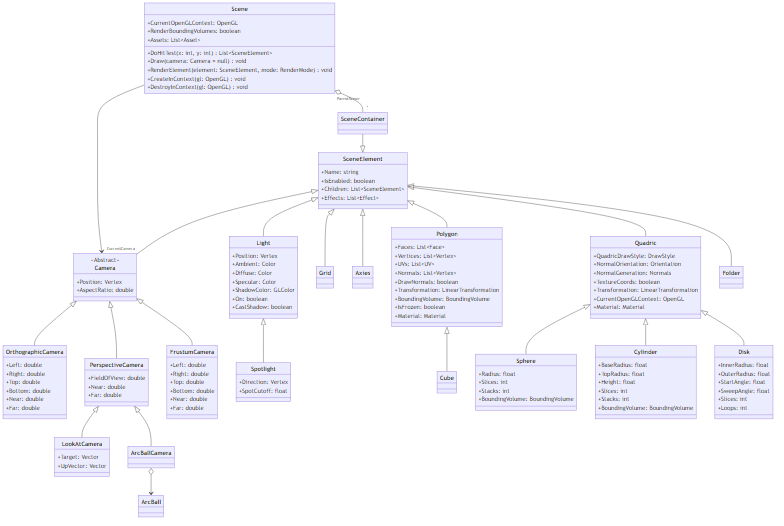
This is Grafiken/SharpGL.SceneGraph.png from ghackenberg/kurs-computer-simulation, a Mermaid export, as it was before one commit. Its source is kept beside it as Grafiken/SharpGL.SceneGraph.mmd. Its diagram source:
```mermaid
classDiagram

    direction BT

    class Scene {
        +CurrentOpenGLContext: OpenGL
        +RenderBoundingVolumes: boolean
        +Assets: List~Asset~
        +DoHitTest(x: int, y: int) List~SceneElement~
        +Draw(camera: Camera = null) void
        +RenderElement(element: SceneElement, mode: RenderMode) void
        +CreateInContext(gl: OpenGL) void
        +DestroyInContext(gl: OpenGL) void
    }
    class SceneElement {
        +Name: string
        +IsEnabled: boolean
        +Children: List~SceneElement~
        +Effects: List~Effect~
    }
    class SceneContainer {

    }
    class Camera {
        <<Abstract>>
        +Position: Vertex
        +AspectRatio: double
    }
    class FrustumCamera {
        +Left: double
        +Right: double
        +Top: double
        +Bottom: double
        +Near: double
        +Far: double
    }
    class OrthographicCamera {
        +Left: double
        +Right: double
        +Top: double
        +Bottom: double
        +Near: double
        +Far: double
    }
    class PerspectiveCamera {
        +FieldOfView: double
        +Near: double
        +Far: double
    }
    class LookAtCamera {
        +Target: Vector
        +UpVector: Vector
    }
    class ArcBallCamera {

    }
    class ArcBall {

    }
    class Light {
        +Position: Vertex
        +Ambient: Color
        +Diffuse: Color
        +Specular: Color
        +ShadowColor: GLColor
        +On: boolean
        +CastShadow: boolean
    }
    class Spotlight {
        +Direction: Vertex
        +SpotCutoff: float
    }
    class Grid {

    }
    class Axies {

    }
    class Polygon {
        +Faces: List~Face~
        +Vertices: List~Vertex~
        +UVs: List~UV~
        +Normals: List~Vertex~
        +DrawNormals: boolean
        +Transformation: LinearTransformation
        +BoundingVolume: BoundingVolume
        +IsFrozen: boolean
        +Material: Material
    }
    class Quadric {
        +QuadricDrawStyle: DrawStyle
        +NormalOrientation: Orientation
        +NormalGeneration: Normals
        +TextureCoords: boolean
        +Transformation: LinearTransformation
        +CurrentOpenGLContext: OpenGL
        +Material: Material
    }
    class Folder {

    }
    class Cube {

    }
    class Cylinder {
        +BaseRadius: float
        +TopRadius: float
        +Height: float
        +Slices: int
        +Stacks: int
        +BoundingVolume: BoundingVolume
    }
    class Sphere {
        +Radius: float
        +Slices: int
        +Stacks: int
        +BoundingVolume: BoundingVolume
    }
    class Disk {
        +InnerRadius: float
        +OuterRadius: float
        +StartAngle: float
        +SweepAngle: float
        +Slices: int
        +Loops: int
    }

    Spotlight --|> Light

    OrthographicCamera --|> Camera

    PerspectiveCamera --|> Camera

    LookAtCamera --|> PerspectiveCamera

    ArcBall <--o ArcBallCamera

    ArcBallCamera --|> PerspectiveCamera

    FrustumCamera --|> Camera

    Camera --|> SceneElement
    Camera "CurrentCamera" <-- Scene

    Cube --|> Polygon

    Sphere --|> Quadric
    Cylinder --|> Quadric
    Disk --|> Quadric

    Light --|> SceneElement
    Grid --|> SceneElement
    Axies --|> SceneElement
    Polygon --|> SceneElement
    Quadric --|> SceneElement
    Folder --|> SceneElement

    SceneContainer "*" --o "ParentScene" Scene

    SceneElement <|-- SceneContainer
```
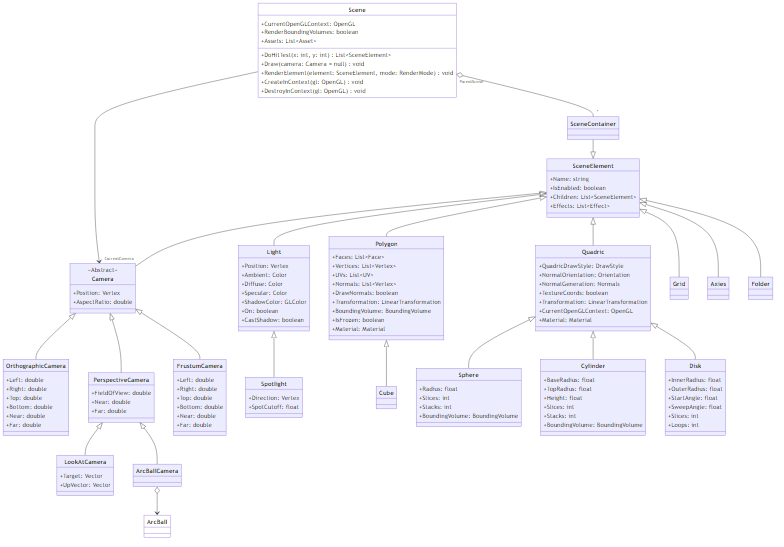
The same file after the commit.

Commit message:
minor diagram improvement

What changed in the source:
```diff
@@ -149,12 +149,15 @@
     Disk --|> Quadric
 
     Light --|> SceneElement
+    Polygon --|> SceneElement
+    Quadric --|> SceneElement
     Grid --|> SceneElement
     Axies --|> SceneElement
-    Polygon --|> SceneElement
-    Quadric --|> SceneElement
     Folder --|> SceneElement
 
     SceneContainer "*" --o "ParentScene" Scene
 
     SceneElement <|-- SceneContainer
+
+    style Scene fill:white
+    style ArcBall fill:white
```
